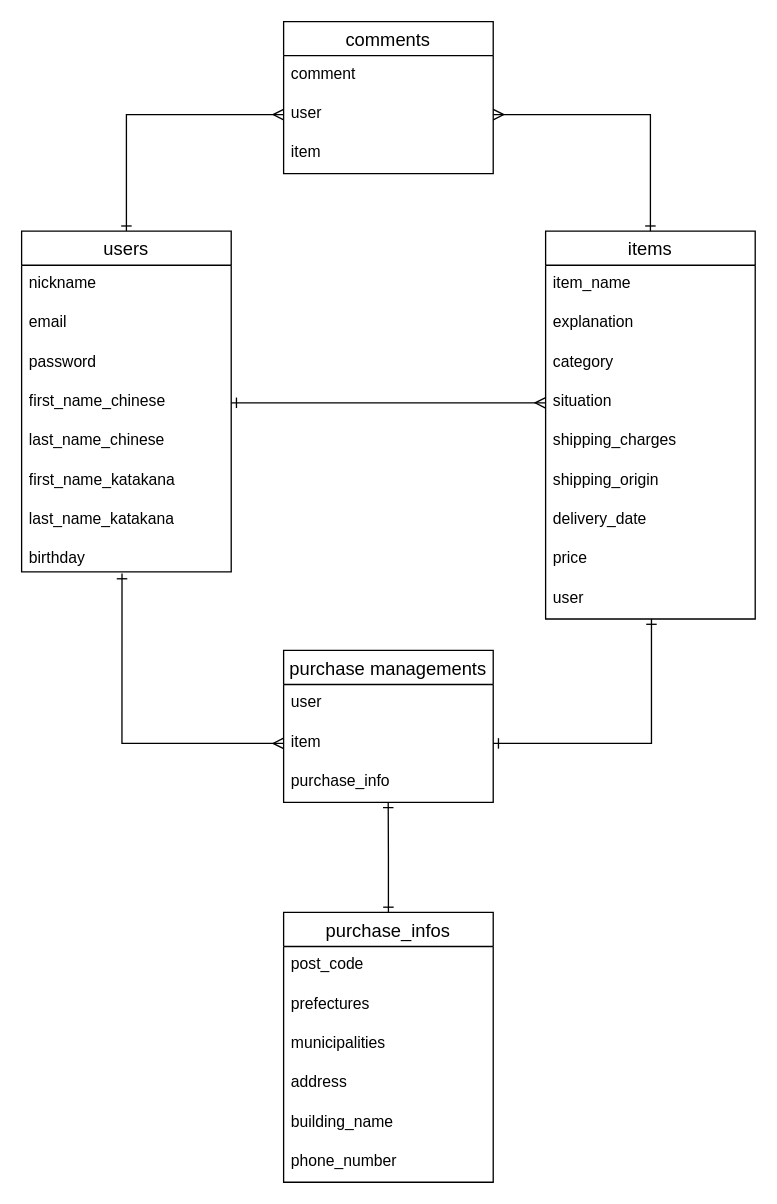
The draw.io diagram furima_er.dio in yuyu0309/furima-38345, before the edit. Source tidied: cells renumbered, new cells numbered last; positions are measured from the earlier drawing's top-left corner, leaving out a move shared by most shapes. Both pictures are drawn from the tidied source at 131%, with x=0, y=0 at pixel (21, 21).
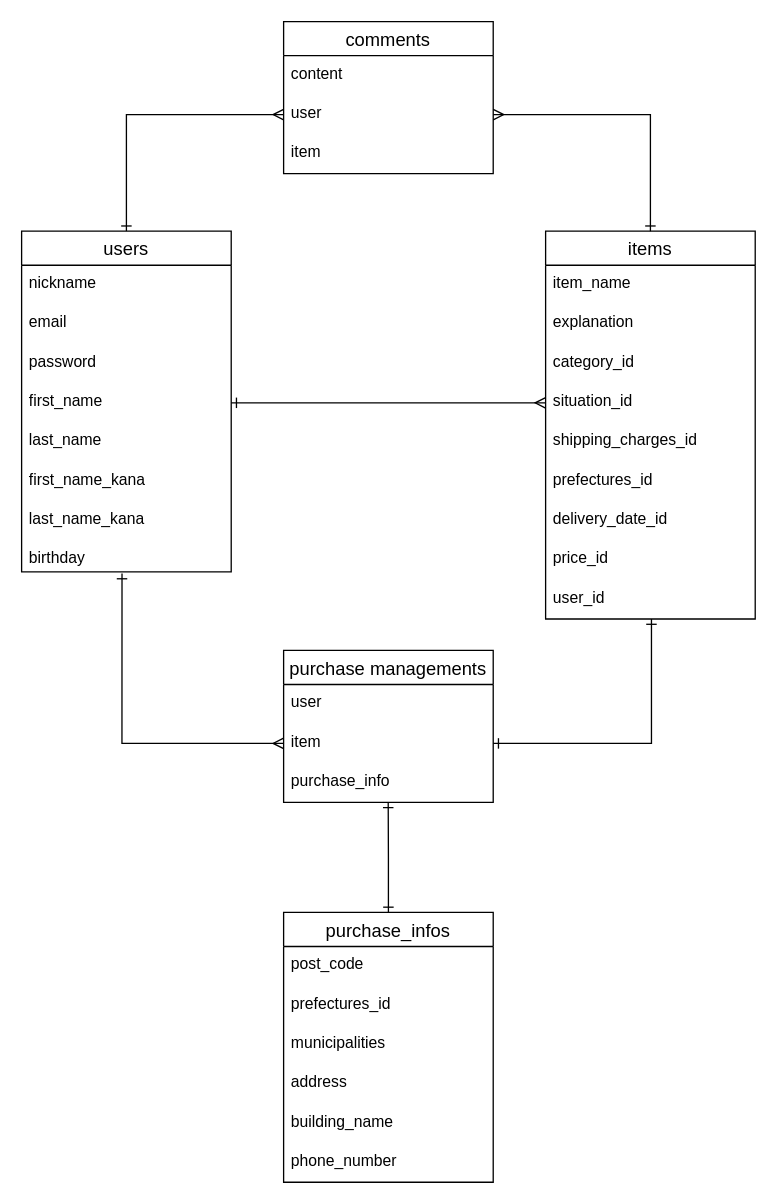
The same diagram, later.

Commit message (it also covers changes not shown here):
データベース設計の修正

Unchanged cells that the change refers to:
```xml
<mxCell id="3" value="users" style="swimlane;fontStyle=0;horizontal=1;startSize=26;align=center;fontSize=14;" parent="1" vertex="1">
  <mxGeometry y="160" width="160" height="260" as="geometry" />
</mxCell>
<mxCell id="12" value="items" style="swimlane;fontStyle=0;horizontal=1;startSize=26;align=center;fontSize=14;" parent="1" vertex="1">
  <mxGeometry x="400" y="160" width="160" height="296" as="geometry" />
</mxCell>
<mxCell id="23" value="purchase_infos" style="swimlane;fontStyle=0;horizontal=1;startSize=26;align=center;fontSize=14;" parent="1" vertex="1">
  <mxGeometry x="200" y="680" width="160" height="206" as="geometry" />
</mxCell>
<mxCell id="30" value="comments" style="swimlane;fontStyle=0;horizontal=1;startSize=26;align=center;fontSize=14;" parent="1" vertex="1">
  <mxGeometry x="200" width="160" height="116" as="geometry" />
</mxCell>
```

Diff of the diagram source:
```diff
@@
-    <mxCell id="7" value="first_name_chinese" style="text;strokeColor=none;fillColor=none;spacingLeft=4;spacingRight=4;overflow=hidden;points=[[0,0.5],[1,0.5]];portConstraint=eastwest;fontSize=12;" parent="3" vertex="1">
+    <mxCell id="7" value="first_name" style="text;strokeColor=none;fillColor=none;spacingLeft=4;spacingRight=4;overflow=hidden;points=[[0,0.5],[1,0.5]];portConstraint=eastwest;fontSize=12;" parent="3" vertex="1">
       <mxGeometry y="116" width="160" height="30" as="geometry" />
     </mxCell>
-    <mxCell id="8" value="last_name_chinese" style="text;strokeColor=none;fillColor=none;spacingLeft=4;spacingRight=4;overflow=hidden;fontSize=12;" parent="3" vertex="1">
+    <mxCell id="8" value="last_name" style="text;strokeColor=none;fillColor=none;spacingLeft=4;spacingRight=4;overflow=hidden;fontSize=12;" parent="3" vertex="1">
       <mxGeometry y="146" width="160" height="30" as="geometry" />
     </mxCell>
-    <mxCell id="9" value="first_name_katakana" style="text;strokeColor=none;fillColor=none;spacingLeft=4;spacingRight=4;overflow=hidden;fontSize=12;" parent="3" vertex="1">
+    <mxCell id="9" value="first_name_kana" style="text;strokeColor=none;fillColor=none;spacingLeft=4;spacingRight=4;overflow=hidden;fontSize=12;" parent="3" vertex="1">
       <mxGeometry y="176" width="160" height="30" as="geometry" />
     </mxCell>
-    <mxCell id="10" value="last_name_katakana" style="text;strokeColor=none;fillColor=none;spacingLeft=4;spacingRight=4;overflow=hidden;fontSize=12;" parent="3" vertex="1">
+    <mxCell id="10" value="last_name_kana" style="text;strokeColor=none;fillColor=none;spacingLeft=4;spacingRight=4;overflow=hidden;fontSize=12;" parent="3" vertex="1">
       <mxGeometry y="206" width="160" height="30" as="geometry" />
     </mxCell>
@@
-    <mxCell id="15" value="category" style="text;strokeColor=none;fillColor=none;spacingLeft=4;spacingRight=4;overflow=hidden;fontSize=12;" parent="12" vertex="1">
+    <mxCell id="15" value="category_id" style="text;strokeColor=none;fillColor=none;spacingLeft=4;spacingRight=4;overflow=hidden;fontSize=12;" parent="12" vertex="1">
       <mxGeometry y="86" width="160" height="30" as="geometry" />
     </mxCell>
-    <mxCell id="16" value="situation" style="text;strokeColor=none;fillColor=none;spacingLeft=4;spacingRight=4;overflow=hidden;points=[[0,0.5],[1,0.5]];portConstraint=eastwest;fontSize=12;" parent="12" vertex="1">
+    <mxCell id="16" value="situation_id" style="text;strokeColor=none;fillColor=none;spacingLeft=4;spacingRight=4;overflow=hidden;points=[[0,0.5],[1,0.5]];portConstraint=eastwest;fontSize=12;fontStyle=0;" parent="12" vertex="1">
       <mxGeometry y="116" width="160" height="30" as="geometry" />
     </mxCell>
-    <mxCell id="17" value="shipping_charges" style="text;strokeColor=none;fillColor=none;spacingLeft=4;spacingRight=4;overflow=hidden;fontSize=12;" parent="12" vertex="1">
+    <mxCell id="17" value="shipping_charges_id" style="text;strokeColor=none;fillColor=none;spacingLeft=4;spacingRight=4;overflow=hidden;fontSize=12;" parent="12" vertex="1">
       <mxGeometry y="146" width="160" height="30" as="geometry" />
     </mxCell>
-    <mxCell id="18" value="shipping_origin" style="text;strokeColor=none;fillColor=none;spacingLeft=4;spacingRight=4;overflow=hidden;fontSize=12;" parent="12" vertex="1">
+    <mxCell id="18" value="prefectures_id" style="text;strokeColor=none;fillColor=none;spacingLeft=4;spacingRight=4;overflow=hidden;fontSize=12;" parent="12" vertex="1">
       <mxGeometry y="176" width="160" height="30" as="geometry" />
     </mxCell>
-    <mxCell id="19" value="delivery_date" style="text;strokeColor=none;fillColor=none;spacingLeft=4;spacingRight=4;overflow=hidden;fontSize=12;" parent="12" vertex="1">
+    <mxCell id="19" value="delivery_date_id" style="text;strokeColor=none;fillColor=none;spacingLeft=4;spacingRight=4;overflow=hidden;fontSize=12;" parent="12" vertex="1">
       <mxGeometry y="206" width="160" height="30" as="geometry" />
     </mxCell>
-    <mxCell id="20" value="price" style="text;strokeColor=none;fillColor=none;spacingLeft=4;spacingRight=4;overflow=hidden;fontSize=12;" parent="12" vertex="1">
+    <mxCell id="20" value="price_id" style="text;strokeColor=none;fillColor=none;spacingLeft=4;spacingRight=4;overflow=hidden;fontSize=12;" parent="12" vertex="1">
       <mxGeometry y="236" width="160" height="30" as="geometry" />
     </mxCell>
-    <mxCell id="21" value="user" style="text;strokeColor=none;fillColor=none;spacingLeft=4;spacingRight=4;overflow=hidden;points=[[0,0.5],[1,0.5]];portConstraint=eastwest;fontSize=12;" parent="12" vertex="1">
+    <mxCell id="21" value="user_id" style="text;strokeColor=none;fillColor=none;spacingLeft=4;spacingRight=4;overflow=hidden;points=[[0,0.5],[1,0.5]];portConstraint=eastwest;fontSize=12;" parent="12" vertex="1">
       <mxGeometry y="266" width="160" height="30" as="geometry" />
     </mxCell>
@@
-    <mxCell id="25" value="prefectures" style="text;strokeColor=none;fillColor=none;spacingLeft=4;spacingRight=4;overflow=hidden;fontSize=12;" parent="23" vertex="1">
+    <mxCell id="25" value="prefectures_id" style="text;strokeColor=none;fillColor=none;spacingLeft=4;spacingRight=4;overflow=hidden;fontSize=12;" parent="23" vertex="1">
       <mxGeometry y="56" width="160" height="30" as="geometry" />
     </mxCell>
@@
-    <mxCell id="31" value="comment" style="text;strokeColor=none;fillColor=none;spacingLeft=4;spacingRight=4;overflow=hidden;fontSize=12;" parent="30" vertex="1">
+    <mxCell id="31" value="content" style="text;strokeColor=none;fillColor=none;spacingLeft=4;spacingRight=4;overflow=hidden;fontSize=12;" parent="30" vertex="1">
       <mxGeometry y="26" width="160" height="30" as="geometry" />
     </mxCell>
```
